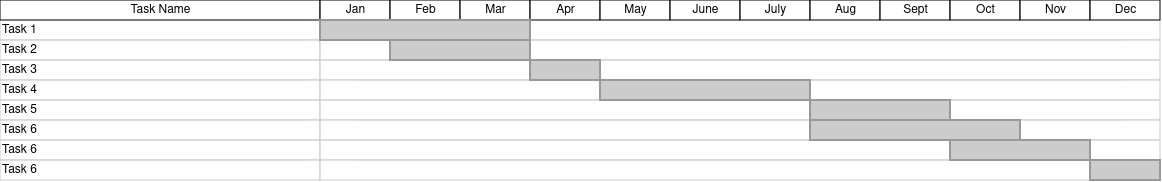
Earlier version of the draw.io export timeline/Untitled Diagram.drawio.png (Meharaj-thoufik/Quality-Candidate-Recruit). Source tidied: cells renumbered, new cells last; positions are measured from the earlier drawing's top-left corner, leaving out a move shared by most shapes. Its diagram source:
```xml
<mxGraphModel>
  <root>
    <mxCell id="0" style="html=1;" />
    <mxCell id="1" style="html=1;" parent="0" />
    <mxCell id="2" value="Task 1" style="align=left;strokeColor=#CCCCCC;html=1;" parent="1" vertex="1">
      <mxGeometry y="20" width="320" height="20" as="geometry" />
    </mxCell>
    <mxCell id="3" value="Task 2" style="align=left;strokeColor=#CCCCCC;html=1;" parent="1" vertex="1">
      <mxGeometry y="40" width="320" height="20" as="geometry" />
    </mxCell>
    <mxCell id="4" value="Task 3" style="align=left;strokeColor=#CCCCCC;html=1;" parent="1" vertex="1">
      <mxGeometry y="60" width="320" height="20" as="geometry" />
    </mxCell>
    <mxCell id="5" value="Task 4" style="align=left;strokeColor=#CCCCCC;html=1;" parent="1" vertex="1">
      <mxGeometry y="80" width="320" height="20" as="geometry" />
    </mxCell>
    <mxCell id="6" value="Task 5" style="align=left;strokeColor=#CCCCCC;html=1;" parent="1" vertex="1">
      <mxGeometry y="100" width="320" height="20" as="geometry" />
    </mxCell>
    <mxCell id="7" value="Task 6" style="align=left;strokeColor=#CCCCCC;html=1;" parent="1" vertex="1">
      <mxGeometry y="120" width="320" height="20" as="geometry" />
    </mxCell>
    <mxCell id="8" value="Task Name" style="strokeWidth=1;fontStyle=0;html=1;" parent="1" vertex="1">
      <mxGeometry width="320" height="20" as="geometry" />
    </mxCell>
    <mxCell id="9" value="Task 6" style="align=left;strokeColor=#CCCCCC;html=1;" parent="1" vertex="1">
      <mxGeometry y="140" width="320" height="20" as="geometry" />
    </mxCell>
    <mxCell id="10" value="Task 6" style="align=left;strokeColor=#CCCCCC;html=1;" parent="1" vertex="1">
      <mxGeometry y="160" width="320" height="20" as="geometry" />
    </mxCell>
    <mxCell id="11" style="align=left;strokeColor=#CCCCCC;html=1;" parent="1" vertex="1">
      <mxGeometry x="320" y="20" width="840" height="20" as="geometry" />
    </mxCell>
    <mxCell id="12" value="Jan" style="strokeWidth=1;fontStyle=0;html=1;" parent="1" vertex="1">
      <mxGeometry x="320" width="70" height="20" as="geometry" />
    </mxCell>
    <mxCell id="13" value="Feb" style="strokeWidth=1;fontStyle=0;html=1;" parent="1" vertex="1">
      <mxGeometry x="390" width="70" height="20" as="geometry" />
    </mxCell>
    <mxCell id="14" value="Mar" style="strokeWidth=1;fontStyle=0;html=1;" parent="1" vertex="1">
      <mxGeometry x="460" width="70" height="20" as="geometry" />
    </mxCell>
    <mxCell id="15" value="Apr" style="strokeWidth=1;fontStyle=0;html=1;" parent="1" vertex="1">
      <mxGeometry x="530" width="70" height="20" as="geometry" />
    </mxCell>
    <mxCell id="16" value="May" style="strokeWidth=1;fontStyle=0;html=1;" parent="1" vertex="1">
      <mxGeometry x="600" width="70" height="20" as="geometry" />
    </mxCell>
    <mxCell id="17" value="June" style="strokeWidth=1;fontStyle=0;html=1;" parent="1" vertex="1">
      <mxGeometry x="670" width="70" height="20" as="geometry" />
    </mxCell>
    <mxCell id="18" value="July" style="strokeWidth=1;fontStyle=0;html=1;" parent="1" vertex="1">
      <mxGeometry x="740" width="70" height="20" as="geometry" />
    </mxCell>
    <mxCell id="19" value="Aug" style="strokeWidth=1;fontStyle=0;html=1;" parent="1" vertex="1">
      <mxGeometry x="810" width="70" height="20" as="geometry" />
    </mxCell>
    <mxCell id="20" value="Sept" style="strokeWidth=1;fontStyle=0;html=1;" parent="1" vertex="1">
      <mxGeometry x="880" width="70" height="20" as="geometry" />
    </mxCell>
    <mxCell id="21" value="Oct" style="strokeWidth=1;fontStyle=0;html=1;" parent="1" vertex="1">
      <mxGeometry x="950" width="70" height="20" as="geometry" />
    </mxCell>
    <mxCell id="22" value="Nov" style="strokeWidth=1;fontStyle=0;html=1;" parent="1" vertex="1">
      <mxGeometry x="1020" width="70" height="20" as="geometry" />
    </mxCell>
    <mxCell id="23" value="Dec" style="strokeWidth=1;fontStyle=0;html=1;" parent="1" vertex="1">
      <mxGeometry x="1090" width="70" height="20" as="geometry" />
    </mxCell>
    <mxCell id="24" style="align=left;strokeColor=#CCCCCC;html=1;" parent="1" vertex="1">
      <mxGeometry x="320" y="40" width="840" height="20" as="geometry" />
    </mxCell>
    <mxCell id="25" style="align=left;strokeColor=#CCCCCC;html=1;" parent="1" vertex="1">
      <mxGeometry x="320" y="60" width="840" height="20" as="geometry" />
    </mxCell>
    <mxCell id="26" style="align=left;strokeColor=#CCCCCC;html=1;" parent="1" vertex="1">
      <mxGeometry x="320" y="80" width="840" height="20" as="geometry" />
    </mxCell>
    <mxCell id="27" style="align=left;strokeColor=#CCCCCC;html=1;" parent="1" vertex="1">
      <mxGeometry x="320" y="100" width="840" height="20" as="geometry" />
    </mxCell>
    <mxCell id="28" style="align=left;strokeColor=#CCCCCC;html=1;" parent="1" vertex="1">
      <mxGeometry x="320" y="120" width="840" height="20" as="geometry" />
    </mxCell>
    <mxCell id="29" style="align=left;strokeColor=#CCCCCC;html=1;" parent="1" vertex="1">
      <mxGeometry x="320" y="140" width="840" height="20" as="geometry" />
    </mxCell>
    <mxCell id="30" style="align=left;strokeColor=#CCCCCC;html=1;" parent="1" vertex="1">
      <mxGeometry x="320" y="160" width="840" height="20" as="geometry" />
    </mxCell>
    <mxCell id="31" style="whiteSpace=wrap;html=1;strokeWidth=2;fillColor=#CCCCCC;gradientColor=none;fontSize=14;align=center;strokeColor=#999999;" parent="1" vertex="1">
      <mxGeometry x="320" y="20" width="210" height="20" as="geometry" />
    </mxCell>
    <mxCell id="32" style="whiteSpace=wrap;html=1;strokeWidth=2;fillColor=#CCCCCC;gradientColor=none;fontSize=14;align=center;strokeColor=#999999;" parent="1" vertex="1">
      <mxGeometry x="390" y="40" width="140" height="20" as="geometry" />
    </mxCell>
    <mxCell id="33" style="whiteSpace=wrap;html=1;strokeWidth=2;fillColor=#CCCCCC;gradientColor=none;fontSize=14;align=center;strokeColor=#999999;" parent="1" vertex="1">
      <mxGeometry x="530" y="60" width="70" height="20" as="geometry" />
    </mxCell>
    <mxCell id="34" style="whiteSpace=wrap;html=1;strokeWidth=2;fillColor=#CCCCCC;gradientColor=none;fontSize=14;align=center;strokeColor=#999999;" parent="1" vertex="1">
      <mxGeometry x="600" y="80" width="210" height="20" as="geometry" />
    </mxCell>
    <mxCell id="35" style="whiteSpace=wrap;html=1;strokeWidth=2;fillColor=#CCCCCC;gradientColor=none;fontSize=14;align=center;strokeColor=#999999;" parent="1" vertex="1">
      <mxGeometry x="810" y="100" width="140" height="20" as="geometry" />
    </mxCell>
    <mxCell id="36" style="whiteSpace=wrap;html=1;strokeWidth=2;fillColor=#CCCCCC;gradientColor=none;fontSize=14;align=center;strokeColor=#999999;" parent="1" vertex="1">
      <mxGeometry x="810" y="120" width="210" height="20" as="geometry" />
    </mxCell>
    <mxCell id="37" style="whiteSpace=wrap;html=1;strokeWidth=2;fillColor=#CCCCCC;gradientColor=none;fontSize=14;align=center;strokeColor=#999999;" parent="1" vertex="1">
      <mxGeometry x="950" y="140" width="140" height="20" as="geometry" />
    </mxCell>
    <mxCell id="38" style="whiteSpace=wrap;html=1;strokeWidth=2;fillColor=#CCCCCC;gradientColor=none;fontSize=14;align=center;strokeColor=#999999;" parent="1" vertex="1">
      <mxGeometry x="1090" y="160" width="70" height="20" as="geometry" />
    </mxCell>
  </root>
</mxGraphModel>
```
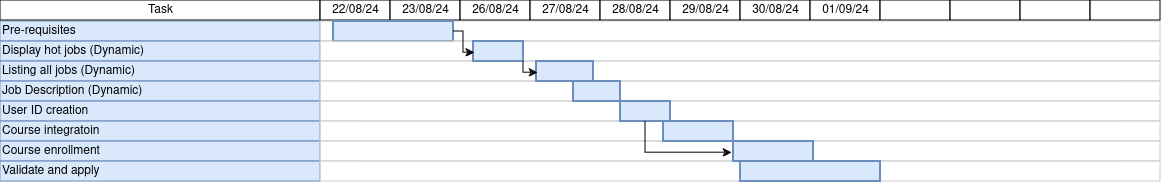
Later version of the same file.

The edit, as a diff of the source:
```diff
@@ -2,116 +2,137 @@
   <root>
     <mxCell id="0" style="html=1;" />
     <mxCell id="1" style="html=1;" parent="0" />
-    <mxCell id="2" value="Task 1" style="align=left;strokeColor=#CCCCCC;html=1;" parent="1" vertex="1">
-      <mxGeometry y="20" width="320" height="20" as="geometry" />
+    <mxCell id="2" value="Pre-requisites" style="align=left;strokeColor=#6c8ebf;html=1;fillColor=#dae8fc;" parent="1" vertex="1">
+      <mxGeometry y="21" width="320" height="20" as="geometry" />
     </mxCell>
-    <mxCell id="3" value="Task 2" style="align=left;strokeColor=#CCCCCC;html=1;" parent="1" vertex="1">
-      <mxGeometry y="40" width="320" height="20" as="geometry" />
-    </mxCell>
-    <mxCell id="4" value="Task 3" style="align=left;strokeColor=#CCCCCC;html=1;" parent="1" vertex="1">
-      <mxGeometry y="60" width="320" height="20" as="geometry" />
-    </mxCell>
-    <mxCell id="5" value="Task 4" style="align=left;strokeColor=#CCCCCC;html=1;" parent="1" vertex="1">
-      <mxGeometry y="80" width="320" height="20" as="geometry" />
-    </mxCell>
-    <mxCell id="6" value="Task 5" style="align=left;strokeColor=#CCCCCC;html=1;" parent="1" vertex="1">
-      <mxGeometry y="100" width="320" height="20" as="geometry" />
-    </mxCell>
-    <mxCell id="7" value="Task 6" style="align=left;strokeColor=#CCCCCC;html=1;" parent="1" vertex="1">
-      <mxGeometry y="120" width="320" height="20" as="geometry" />
-    </mxCell>
-    <mxCell id="8" value="Task Name" style="strokeWidth=1;fontStyle=0;html=1;" parent="1" vertex="1">
+    <mxCell id="8" value="Task" style="strokeWidth=1;fontStyle=0;html=1;" parent="1" vertex="1">
       <mxGeometry width="320" height="20" as="geometry" />
     </mxCell>
-    <mxCell id="9" value="Task 6" style="align=left;strokeColor=#CCCCCC;html=1;" parent="1" vertex="1">
-      <mxGeometry y="140" width="320" height="20" as="geometry" />
-    </mxCell>
-    <mxCell id="10" value="Task 6" style="align=left;strokeColor=#CCCCCC;html=1;" parent="1" vertex="1">
-      <mxGeometry y="160" width="320" height="20" as="geometry" />
-    </mxCell>
     <mxCell id="11" style="align=left;strokeColor=#CCCCCC;html=1;" parent="1" vertex="1">
-      <mxGeometry x="320" y="20" width="840" height="20" as="geometry" />
+      <mxGeometry x="320" y="21" width="840" height="20" as="geometry" />
     </mxCell>
-    <mxCell id="12" value="Jan" style="strokeWidth=1;fontStyle=0;html=1;" parent="1" vertex="1">
+    <mxCell id="12" value="22/08/24" style="strokeWidth=1;fontStyle=0;html=1;" parent="1" vertex="1">
       <mxGeometry x="320" width="70" height="20" as="geometry" />
     </mxCell>
-    <mxCell id="13" value="Feb" style="strokeWidth=1;fontStyle=0;html=1;" parent="1" vertex="1">
+    <mxCell id="13" value="23/08/24" style="strokeWidth=1;fontStyle=0;html=1;" parent="1" vertex="1">
       <mxGeometry x="390" width="70" height="20" as="geometry" />
     </mxCell>
-    <mxCell id="14" value="Mar" style="strokeWidth=1;fontStyle=0;html=1;" parent="1" vertex="1">
+    <mxCell id="14" value="26/08/24" style="strokeWidth=1;fontStyle=0;html=1;" parent="1" vertex="1">
       <mxGeometry x="460" width="70" height="20" as="geometry" />
     </mxCell>
-    <mxCell id="15" value="Apr" style="strokeWidth=1;fontStyle=0;html=1;" parent="1" vertex="1">
+    <mxCell id="15" value="27/08/24" style="strokeWidth=1;fontStyle=0;html=1;" parent="1" vertex="1">
       <mxGeometry x="530" width="70" height="20" as="geometry" />
     </mxCell>
-    <mxCell id="16" value="May" style="strokeWidth=1;fontStyle=0;html=1;" parent="1" vertex="1">
+    <mxCell id="16" value="28/08/24" style="strokeWidth=1;fontStyle=0;html=1;" parent="1" vertex="1">
       <mxGeometry x="600" width="70" height="20" as="geometry" />
     </mxCell>
-    <mxCell id="17" value="June" style="strokeWidth=1;fontStyle=0;html=1;" parent="1" vertex="1">
+    <mxCell id="17" value="29/08/24" style="strokeWidth=1;fontStyle=0;html=1;" parent="1" vertex="1">
       <mxGeometry x="670" width="70" height="20" as="geometry" />
     </mxCell>
-    <mxCell id="18" value="July" style="strokeWidth=1;fontStyle=0;html=1;" parent="1" vertex="1">
+    <mxCell id="18" value="30/08/24" style="strokeWidth=1;fontStyle=0;html=1;" parent="1" vertex="1">
       <mxGeometry x="740" width="70" height="20" as="geometry" />
     </mxCell>
-    <mxCell id="19" value="Aug" style="strokeWidth=1;fontStyle=0;html=1;" parent="1" vertex="1">
+    <mxCell id="19" value="01/09/24" style="strokeWidth=1;fontStyle=0;html=1;" parent="1" vertex="1">
       <mxGeometry x="810" width="70" height="20" as="geometry" />
     </mxCell>
-    <mxCell id="20" value="Sept" style="strokeWidth=1;fontStyle=0;html=1;" parent="1" vertex="1">
+    <mxCell id="20" style="strokeWidth=1;fontStyle=0;html=1;" parent="1" vertex="1">
       <mxGeometry x="880" width="70" height="20" as="geometry" />
     </mxCell>
-    <mxCell id="21" value="Oct" style="strokeWidth=1;fontStyle=0;html=1;" parent="1" vertex="1">
+    <mxCell id="21" style="strokeWidth=1;fontStyle=0;html=1;" parent="1" vertex="1">
       <mxGeometry x="950" width="70" height="20" as="geometry" />
     </mxCell>
-    <mxCell id="22" value="Nov" style="strokeWidth=1;fontStyle=0;html=1;" parent="1" vertex="1">
+    <mxCell id="22" style="strokeWidth=1;fontStyle=0;html=1;" parent="1" vertex="1">
       <mxGeometry x="1020" width="70" height="20" as="geometry" />
     </mxCell>
-    <mxCell id="23" value="Dec" style="strokeWidth=1;fontStyle=0;html=1;" parent="1" vertex="1">
+    <mxCell id="23" style="strokeWidth=1;fontStyle=0;html=1;" parent="1" vertex="1">
       <mxGeometry x="1090" width="70" height="20" as="geometry" />
     </mxCell>
+    <mxCell id="31" style="whiteSpace=wrap;html=1;strokeWidth=2;fillColor=#dae8fc;fontSize=14;align=center;strokeColor=#6c8ebf;" parent="1" vertex="1">
+      <mxGeometry x="333" y="21" width="120" height="20" as="geometry" />
+    </mxCell>
+    <mxCell id="39" value="Display hot jobs (Dynamic)&lt;span style=&quot;white-space: pre;&quot;&gt;&#9;&lt;/span&gt;&lt;span style=&quot;white-space: pre;&quot;&gt;&#9;&lt;/span&gt;" style="align=left;strokeColor=#6c8ebf;html=1;fillColor=#dae8fc;" parent="1" vertex="1">
+      <mxGeometry y="41" width="320" height="20" as="geometry" />
+    </mxCell>
+    <mxCell id="40" value="Listing all jobs (Dynamic)" style="align=left;strokeColor=#6c8ebf;html=1;fillColor=#dae8fc;" parent="1" vertex="1">
+      <mxGeometry y="61" width="320" height="20" as="geometry" />
+    </mxCell>
+    <mxCell id="41" value="Job Description (Dynamic)" style="align=left;strokeColor=#6c8ebf;html=1;fillColor=#dae8fc;" parent="1" vertex="1">
+      <mxGeometry y="81" width="320" height="20" as="geometry" />
+    </mxCell>
+    <mxCell id="42" value="User ID creation" style="align=left;strokeColor=#6c8ebf;html=1;fillColor=#dae8fc;" parent="1" vertex="1">
+      <mxGeometry y="101" width="320" height="20" as="geometry" />
+    </mxCell>
+    <mxCell id="43" value="Course integratoin" style="align=left;strokeColor=#6c8ebf;html=1;fillColor=#dae8fc;" parent="1" vertex="1">
+      <mxGeometry y="121" width="320" height="20" as="geometry" />
+    </mxCell>
+    <mxCell id="44" value="Course enrollment" style="align=left;strokeColor=#6c8ebf;html=1;fillColor=#dae8fc;" parent="1" vertex="1">
+      <mxGeometry y="141" width="320" height="20" as="geometry" />
+    </mxCell>
+    <mxCell id="45" value="Validate and apply" style="align=left;strokeColor=#6c8ebf;html=1;fillColor=#dae8fc;" parent="1" vertex="1">
+      <mxGeometry y="161" width="320" height="20" as="geometry" />
+    </mxCell>
     <mxCell id="24" style="align=left;strokeColor=#CCCCCC;html=1;" parent="1" vertex="1">
-      <mxGeometry x="320" y="40" width="840" height="20" as="geometry" />
+      <mxGeometry x="320" y="41" width="840" height="20" as="geometry" />
     </mxCell>
     <mxCell id="25" style="align=left;strokeColor=#CCCCCC;html=1;" parent="1" vertex="1">
-      <mxGeometry x="320" y="60" width="840" height="20" as="geometry" />
+      <mxGeometry x="320" y="61" width="840" height="20" as="geometry" />
     </mxCell>
     <mxCell id="26" style="align=left;strokeColor=#CCCCCC;html=1;" parent="1" vertex="1">
-      <mxGeometry x="320" y="80" width="840" height="20" as="geometry" />
+      <mxGeometry x="320" y="81" width="840" height="20" as="geometry" />
     </mxCell>
     <mxCell id="27" style="align=left;strokeColor=#CCCCCC;html=1;" parent="1" vertex="1">
-      <mxGeometry x="320" y="100" width="840" height="20" as="geometry" />
+      <mxGeometry x="320" y="101" width="840" height="20" as="geometry" />
     </mxCell>
     <mxCell id="28" style="align=left;strokeColor=#CCCCCC;html=1;" parent="1" vertex="1">
-      <mxGeometry x="320" y="120" width="840" height="20" as="geometry" />
+      <mxGeometry x="320" y="121" width="840" height="20" as="geometry" />
     </mxCell>
     <mxCell id="29" style="align=left;strokeColor=#CCCCCC;html=1;" parent="1" vertex="1">
-      <mxGeometry x="320" y="140" width="840" height="20" as="geometry" />
+      <mxGeometry x="320" y="141" width="840" height="20" as="geometry" />
     </mxCell>
     <mxCell id="30" style="align=left;strokeColor=#CCCCCC;html=1;" parent="1" vertex="1">
-      <mxGeometry x="320" y="160" width="840" height="20" as="geometry" />
+      <mxGeometry x="320" y="161" width="840" height="20" as="geometry" />
     </mxCell>
-    <mxCell id="31" style="whiteSpace=wrap;html=1;strokeWidth=2;fillColor=#CCCCCC;gradientColor=none;fontSize=14;align=center;strokeColor=#999999;" parent="1" vertex="1">
-      <mxGeometry x="320" y="20" width="210" height="20" as="geometry" />
-    </mxCell>
-    <mxCell id="32" style="whiteSpace=wrap;html=1;strokeWidth=2;fillColor=#CCCCCC;gradientColor=none;fontSize=14;align=center;strokeColor=#999999;" parent="1" vertex="1">
-      <mxGeometry x="390" y="40" width="140" height="20" as="geometry" />
-    </mxCell>
-    <mxCell id="33" style="whiteSpace=wrap;html=1;strokeWidth=2;fillColor=#CCCCCC;gradientColor=none;fontSize=14;align=center;strokeColor=#999999;" parent="1" vertex="1">
-      <mxGeometry x="530" y="60" width="70" height="20" as="geometry" />
-    </mxCell>
-    <mxCell id="34" style="whiteSpace=wrap;html=1;strokeWidth=2;fillColor=#CCCCCC;gradientColor=none;fontSize=14;align=center;strokeColor=#999999;" parent="1" vertex="1">
-      <mxGeometry x="600" y="80" width="210" height="20" as="geometry" />
-    </mxCell>
-    <mxCell id="35" style="whiteSpace=wrap;html=1;strokeWidth=2;fillColor=#CCCCCC;gradientColor=none;fontSize=14;align=center;strokeColor=#999999;" parent="1" vertex="1">
-      <mxGeometry x="810" y="100" width="140" height="20" as="geometry" />
-    </mxCell>
-    <mxCell id="36" style="whiteSpace=wrap;html=1;strokeWidth=2;fillColor=#CCCCCC;gradientColor=none;fontSize=14;align=center;strokeColor=#999999;" parent="1" vertex="1">
-      <mxGeometry x="810" y="120" width="210" height="20" as="geometry" />
-    </mxCell>
-    <mxCell id="37" style="whiteSpace=wrap;html=1;strokeWidth=2;fillColor=#CCCCCC;gradientColor=none;fontSize=14;align=center;strokeColor=#999999;" parent="1" vertex="1">
-      <mxGeometry x="950" y="140" width="140" height="20" as="geometry" />
-    </mxCell>
-    <mxCell id="38" style="whiteSpace=wrap;html=1;strokeWidth=2;fillColor=#CCCCCC;gradientColor=none;fontSize=14;align=center;strokeColor=#999999;" parent="1" vertex="1">
-      <mxGeometry x="1090" y="160" width="70" height="20" as="geometry" />
-    </mxCell>
+    <mxCell id="46" style="whiteSpace=wrap;html=1;strokeWidth=2;fillColor=#dae8fc;fontSize=14;align=center;strokeColor=#6c8ebf;" parent="1" vertex="1">
+      <mxGeometry x="473" y="41" width="50" height="20" as="geometry" />
+    </mxCell>
+    <mxCell id="47" style="whiteSpace=wrap;html=1;strokeWidth=2;fillColor=#dae8fc;fontSize=14;align=center;strokeColor=#6c8ebf;" parent="1" vertex="1">
+      <mxGeometry x="536" y="61" width="57" height="20" as="geometry" />
+    </mxCell>
+    <mxCell id="48" style="whiteSpace=wrap;html=1;strokeWidth=2;fillColor=#dae8fc;fontSize=14;align=center;strokeColor=#6c8ebf;" parent="1" vertex="1">
+      <mxGeometry x="573" y="81" width="47" height="20" as="geometry" />
+    </mxCell>
+    <mxCell id="49" style="whiteSpace=wrap;html=1;strokeWidth=2;fillColor=#dae8fc;fontSize=14;align=center;strokeColor=#6c8ebf;" parent="1" vertex="1">
+      <mxGeometry x="620" y="101" width="50" height="20" as="geometry" />
+    </mxCell>
+    <mxCell id="50" style="whiteSpace=wrap;html=1;strokeWidth=2;fillColor=#dae8fc;fontSize=14;align=center;strokeColor=#6c8ebf;" parent="1" vertex="1">
+      <mxGeometry x="663" y="121" width="70" height="20" as="geometry" />
+    </mxCell>
+    <mxCell id="51" style="whiteSpace=wrap;html=1;strokeWidth=2;fillColor=#dae8fc;fontSize=14;align=center;strokeColor=#6c8ebf;" parent="1" vertex="1">
+      <mxGeometry x="733" y="141" width="80" height="20" as="geometry" />
+    </mxCell>
+    <mxCell id="52" style="whiteSpace=wrap;html=1;strokeWidth=2;fillColor=#dae8fc;fontSize=14;align=center;strokeColor=#6c8ebf;" parent="1" vertex="1">
+      <mxGeometry x="740" y="161" width="140" height="20" as="geometry" />
+    </mxCell>
+    <mxCell id="53" style="edgeStyle=orthogonalEdgeStyle;rounded=0;jettySize=auto;html=1;entryX=0.021;entryY=0.558;entryDx=0;entryDy=0;entryPerimeter=0;" parent="1" edge="1" source="31" target="46">
+      <mxGeometry relative="1" as="geometry">
+        <Array as="points">
+          <mxPoint x="463" y="52" />
+        </Array>
+      </mxGeometry>
+    </mxCell>
+    <mxCell id="54" style="edgeStyle=orthogonalEdgeStyle;rounded=0;jettySize=auto;html=1;entryX=0.022;entryY=0.558;entryDx=0;entryDy=0;entryPerimeter=0;" parent="1" edge="1" source="46" target="47">
+      <mxGeometry relative="1" as="geometry">
+        <Array as="points">
+          <mxPoint x="523" y="72" />
+        </Array>
+      </mxGeometry>
+    </mxCell>
+    <mxCell id="55" style="edgeStyle=orthogonalEdgeStyle;rounded=0;jettySize=auto;html=1;entryX=-0.021;entryY=0.558;entryDx=0;entryDy=0;entryPerimeter=0;" parent="1" edge="1" source="49" target="51">
+      <mxGeometry relative="1" as="geometry">
+        <Array as="points">
+          <mxPoint x="645" y="152" />
+        </Array>
+      </mxGeometry>
+    </mxCell>
   </root>
 </mxGraphModel>
```
